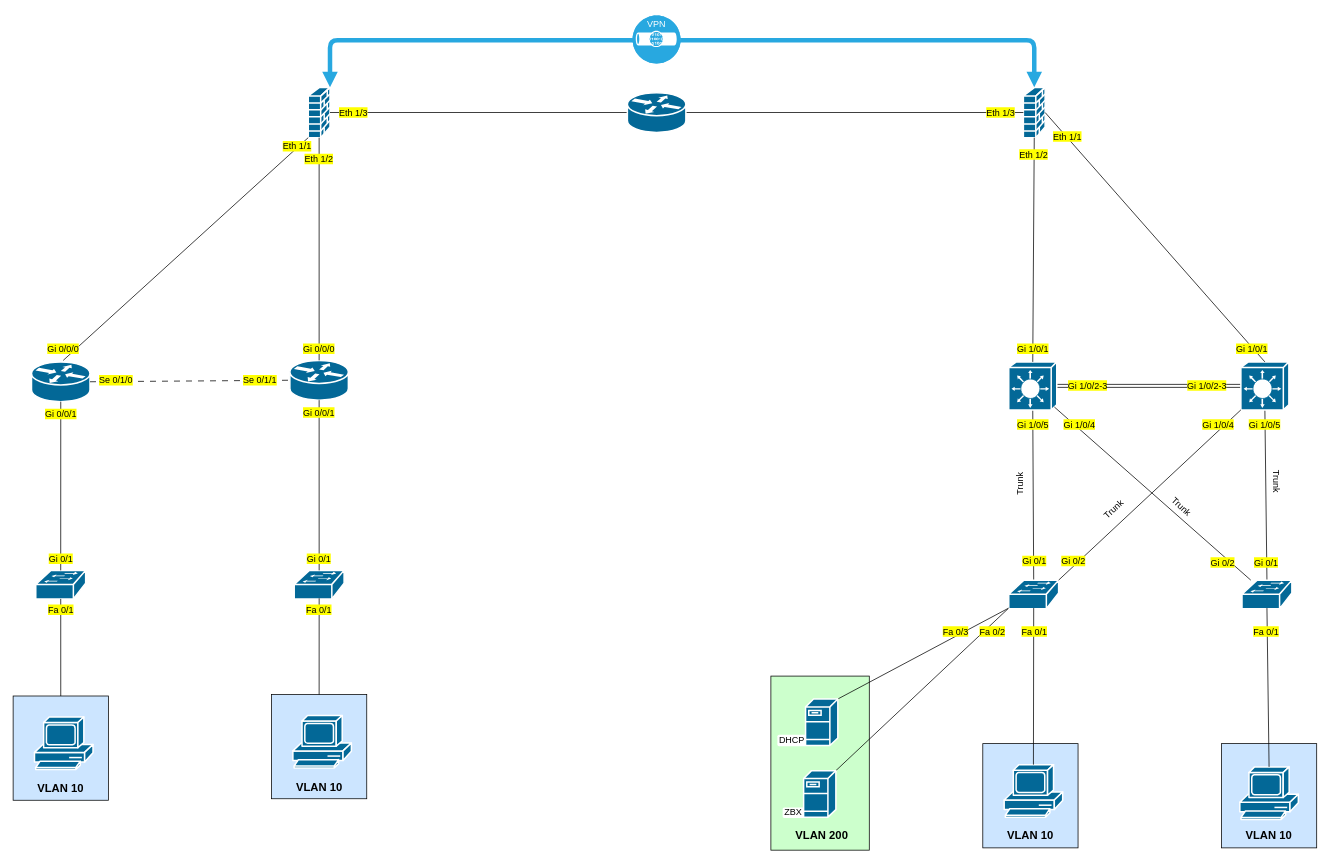
This is logical_topology.drawio from redactes/csn-project-2026, a draw.io file, before an edit. Source tidied: cells renumbered, new cells numbered last; positions are measured from the earlier drawing's top-left corner, leaving out a move shared by most shapes. Both pictures are drawn from the tidied source at 75%, with x=0, y=0 at pixel (8, 13).
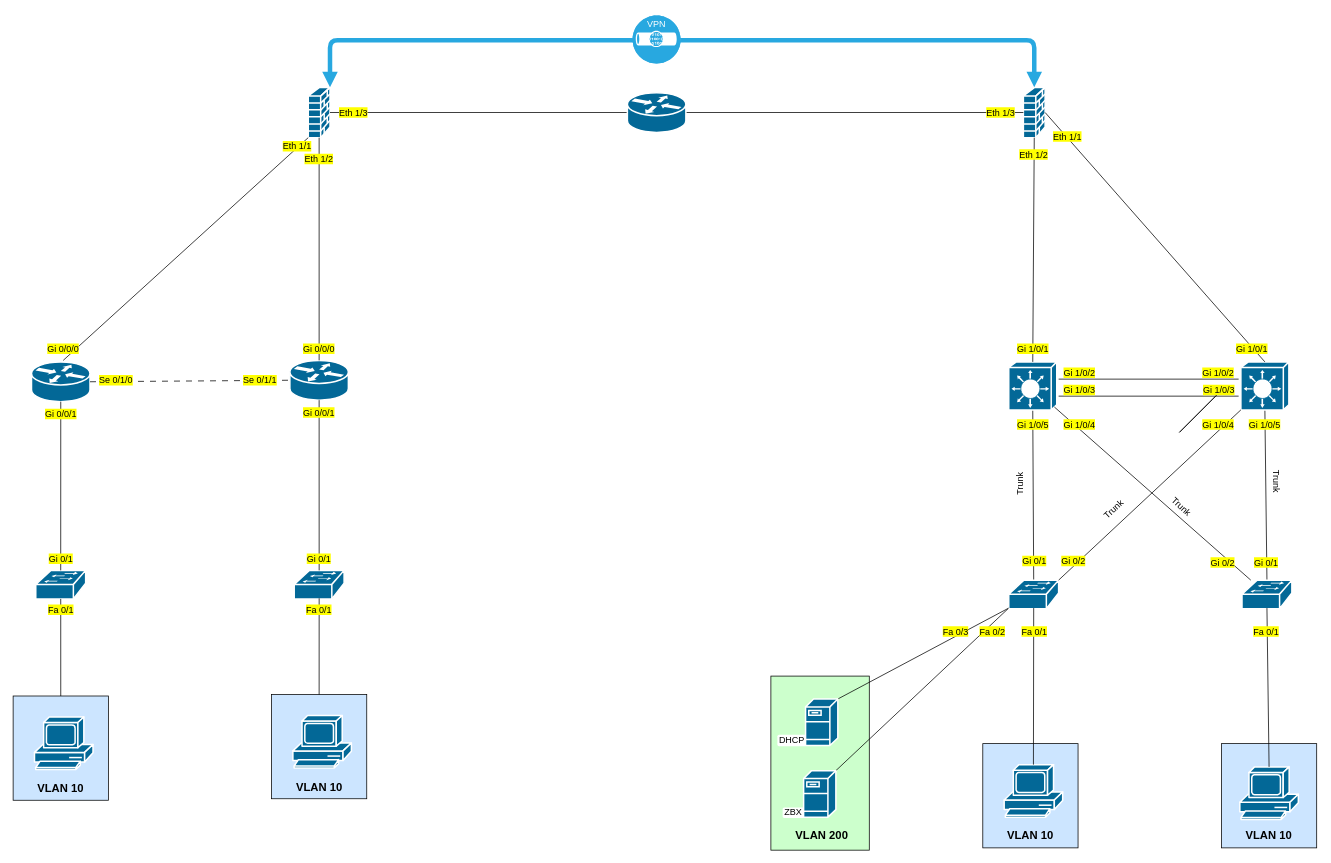
The same diagram, later.

The change refers to these unchanged cells:
```xml
<mxCell id="11" style="strokeColor=#ffffff;sketch=0;html=1;dashed=0;fillColor=#036897;strokeWidth=2;verticalLabelPosition=bottom;verticalAlign=top;align=center;outlineConnect=0;shape=mxgraph.cisco.switches.layer_3_switch;" parent="1" vertex="1">
  <mxGeometry x="1643" y="465" width="64" height="64" as="geometry" />
</mxCell>
```

Change to the diagram source:
```diff
@@
-    <mxCell id="7" style="shape=link;html=1;rounded=0;strokeWidth=1;strokeColor=#000000;exitX=1;exitY=0.5;exitDx=0;exitDy=0;exitPerimeter=0;entryX=0;entryY=0.5;entryDx=0;entryDy=0;entryPerimeter=0;" parent="1" edge="1" target="11">
-      <mxGeometry relative="1" as="geometry">
-        <mxPoint x="1390.5" y="497" as="sourcePoint" />
-      </mxGeometry>
-    </mxCell>
@@
-    <mxCell id="35" value="&lt;span style=&quot;background-color: rgb(255, 255, 0);&quot;&gt;&lt;font style=&quot;color: rgb(0, 0, 0);&quot;&gt;Gi 1/0/2-3&lt;/font&gt;&lt;/span&gt;" style="text;html=1;whiteSpace=wrap;strokeColor=none;fillColor=none;align=center;verticalAlign=middle;rounded=0;" parent="1" vertex="1">
-      <mxGeometry x="1409" y="482" width="60" height="30" as="geometry" />
+    <mxCell id="35" value="&lt;span style=&quot;background-color: rgb(255, 255, 0);&quot;&gt;&lt;font style=&quot;color: rgb(0, 0, 0);&quot;&gt;Gi 1/0/2&lt;/font&gt;&lt;/span&gt;" style="text;html=1;whiteSpace=wrap;strokeColor=none;fillColor=none;align=center;verticalAlign=middle;rounded=0;" parent="1" vertex="1">
+      <mxGeometry x="1397.5" y="465" width="60" height="30" as="geometry" />
     </mxCell>
-    <mxCell id="36" value="&lt;span style=&quot;background-color: rgb(255, 255, 0);&quot;&gt;&lt;font style=&quot;color: rgb(0, 0, 0);&quot;&gt;Gi 1/0/2-3&lt;/font&gt;&lt;/span&gt;" style="text;html=1;whiteSpace=wrap;strokeColor=none;fillColor=none;align=center;verticalAlign=middle;rounded=0;" parent="1" vertex="1">
-      <mxGeometry x="1568.2" y="482" width="60" height="30" as="geometry" />
+    <mxCell id="36" value="&lt;span style=&quot;background-color: rgb(255, 255, 0);&quot;&gt;&lt;font style=&quot;color: rgb(0, 0, 0);&quot;&gt;Gi 1/0/2&lt;/font&gt;&lt;/span&gt;" style="text;html=1;whiteSpace=wrap;strokeColor=none;fillColor=none;align=center;verticalAlign=middle;rounded=0;" parent="1" vertex="1">
+      <mxGeometry x="1583" y="465" width="60" height="30" as="geometry" />
     </mxCell>
@@
+    <mxCell id="91" style="endArrow=none;html=1;rounded=0;" parent="1" edge="1">
+      <mxGeometry relative="1" as="geometry">
+        <mxPoint x="1561" y="559" as="sourcePoint" />
+        <mxPoint x="1611" y="509" as="targetPoint" />
+      </mxGeometry>
+    </mxCell>
+    <mxCell id="92" style="endArrow=none;html=1;rounded=0;" parent="1" edge="1">
+      <mxGeometry relative="1" as="geometry">
+        <mxPoint x="1561" y="559" as="sourcePoint" />
+        <mxPoint x="1611" y="509" as="targetPoint" />
+      </mxGeometry>
+    </mxCell>
+    <mxCell id="93" style="endArrow=none;html=1;rounded=0;fillColor=#000000;strokeColor=#000000;" parent="1" edge="1">
+      <mxGeometry relative="1" as="geometry">
+        <mxPoint x="1400" y="488" as="sourcePoint" />
+        <mxPoint x="1640" y="488" as="targetPoint" />
+      </mxGeometry>
+    </mxCell>
+    <mxCell id="94" style="endArrow=none;html=1;rounded=0;fillColor=#000000;strokeColor=#000000;" parent="1" edge="1">
+      <mxGeometry relative="1" as="geometry">
+        <mxPoint x="1400" y="510.7" as="sourcePoint" />
+        <mxPoint x="1640" y="510.7" as="targetPoint" />
+      </mxGeometry>
+    </mxCell>
+    <mxCell id="95" value="&lt;span style=&quot;background-color: rgb(255, 255, 0);&quot;&gt;&lt;font style=&quot;color: rgb(0, 0, 0);&quot;&gt;Gi 1/0/3&lt;/font&gt;&lt;/span&gt;" style="text;html=1;whiteSpace=wrap;strokeColor=none;fillColor=none;align=center;verticalAlign=middle;rounded=0;" parent="1" vertex="1">
+      <mxGeometry x="1397.5" y="488" width="60" height="30" as="geometry" />
+    </mxCell>
+    <mxCell id="96" value="&lt;span style=&quot;background-color: rgb(255, 255, 0);&quot;&gt;&lt;font style=&quot;color: rgb(0, 0, 0);&quot;&gt;Gi 1/0/3&lt;/font&gt;&lt;/span&gt;" style="text;html=1;whiteSpace=wrap;strokeColor=none;fillColor=none;align=center;verticalAlign=middle;rounded=0;" parent="1" vertex="1">
+      <mxGeometry x="1583.5" y="488" width="60" height="30" as="geometry" />
+    </mxCell>
```
